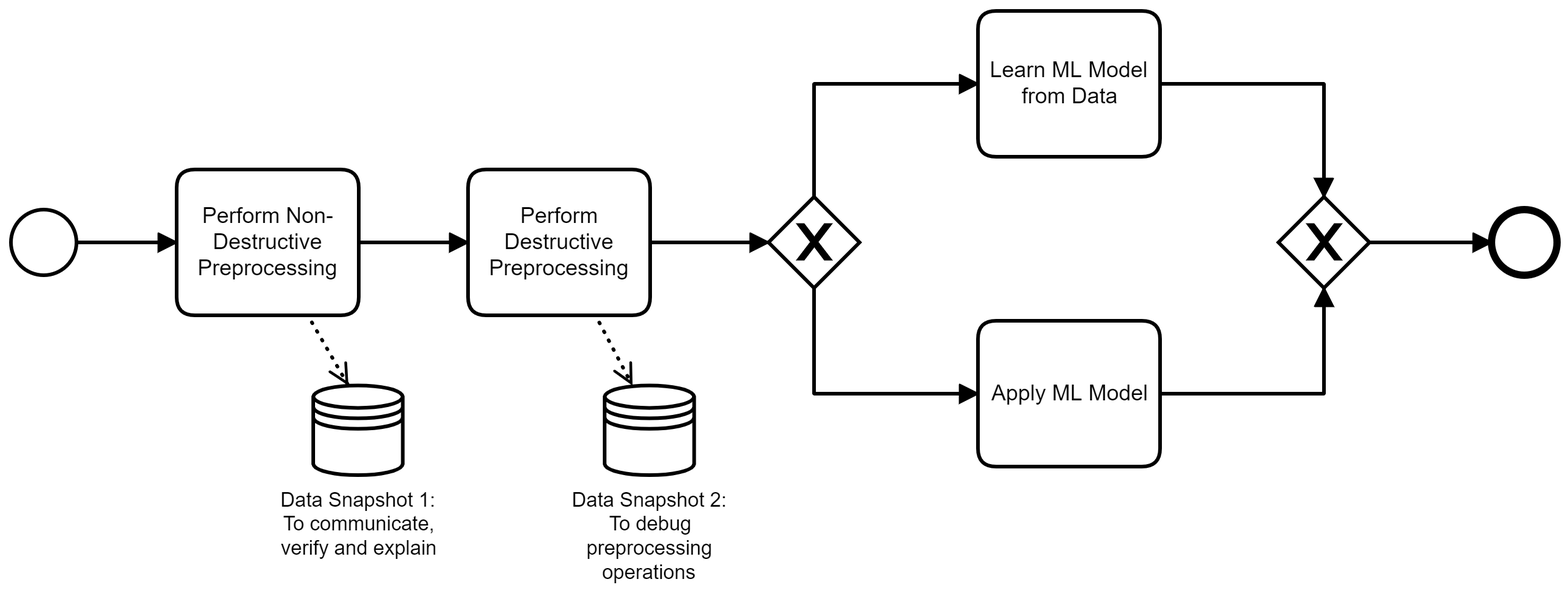
Before: models/increasing_levels_of_destruction.png, a diagram exported from BPMN (viadee/bpmn.ai-patterns). Its source is kept beside it as models/increasing_levels_of_destruction.bpmn. Ids are renumbered. Source of this version:
```xml
<bpmn:definitions xmlns:bpmn="http://www.omg.org/spec/BPMN/20100524/MODEL" xmlns:bpmndi="http://www.omg.org/spec/BPMN/20100524/DI" xmlns:dc="http://www.omg.org/spec/DD/20100524/DC" xmlns:di="http://www.omg.org/spec/DD/20100524/DI" xmlns:modeler="http://camunda.org/schema/modeler/1.0" id="Definitions_n1" targetNamespace="http://bpmn.io/schema/bpmn" exporter="Camunda Modeler" exporterVersion="4.9.0" modeler:executionPlatform="Camunda Platform" modeler:executionPlatformVersion="7.15.0">
  <bpmn:process id="Process_n2" isExecutable="true">
    <bpmn:startEvent id="StartEvent_1">
      <bpmn:outgoing>Flow_n3</bpmn:outgoing>
    </bpmn:startEvent>
    <bpmn:task id="Activity_n4" name="Perform Non-Destructive Preprocessing">
      <bpmn:incoming>Flow_n3</bpmn:incoming>
      <bpmn:outgoing>Flow_n5</bpmn:outgoing>
      <bpmn:dataOutputAssociation id="DataOutputAssociation_n6">
        <bpmn:targetRef>DataStoreReference_n7</bpmn:targetRef>
      </bpmn:dataOutputAssociation>
    </bpmn:task>
    <bpmn:sequenceFlow id="Flow_n3" sourceRef="StartEvent_1" targetRef="Activity_n4" />
    <bpmn:task id="Activity_n8" name="Perform Destructive Preprocessing">
      <bpmn:incoming>Flow_n5</bpmn:incoming>
      <bpmn:outgoing>Flow_n9</bpmn:outgoing>
      <bpmn:dataOutputAssociation id="DataOutputAssociation_n10">
        <bpmn:targetRef>DataStoreReference_n11</bpmn:targetRef>
      </bpmn:dataOutputAssociation>
    </bpmn:task>
    <bpmn:sequenceFlow id="Flow_n5" sourceRef="Activity_n4" targetRef="Activity_n8" />
    <bpmn:exclusiveGateway id="Gateway_n12">
      <bpmn:incoming>Flow_n9</bpmn:incoming>
      <bpmn:outgoing>Flow_n13</bpmn:outgoing>
      <bpmn:outgoing>Flow_n14</bpmn:outgoing>
    </bpmn:exclusiveGateway>
    <bpmn:sequenceFlow id="Flow_n9" sourceRef="Activity_n8" targetRef="Gateway_n12" />
    <bpmn:task id="Activity_n15" name="Learn ML Model from Data">
      <bpmn:incoming>Flow_n13</bpmn:incoming>
      <bpmn:outgoing>Flow_n16</bpmn:outgoing>
    </bpmn:task>
    <bpmn:sequenceFlow id="Flow_n13" sourceRef="Gateway_n12" targetRef="Activity_n15" />
    <bpmn:task id="Activity_n17" name="Apply ML Model">
      <bpmn:incoming>Flow_n14</bpmn:incoming>
      <bpmn:outgoing>Flow_n18</bpmn:outgoing>
    </bpmn:task>
    <bpmn:sequenceFlow id="Flow_n14" sourceRef="Gateway_n12" targetRef="Activity_n17" />
    <bpmn:exclusiveGateway id="Gateway_n19">
      <bpmn:incoming>Flow_n16</bpmn:incoming>
      <bpmn:incoming>Flow_n18</bpmn:incoming>
      <bpmn:outgoing>Flow_n20</bpmn:outgoing>
    </bpmn:exclusiveGateway>
    <bpmn:sequenceFlow id="Flow_n16" sourceRef="Activity_n15" targetRef="Gateway_n19" />
    <bpmn:sequenceFlow id="Flow_n18" sourceRef="Activity_n17" targetRef="Gateway_n19" />
    <bpmn:endEvent id="Event_n21">
      <bpmn:incoming>Flow_n20</bpmn:incoming>
    </bpmn:endEvent>
    <bpmn:sequenceFlow id="Flow_n20" sourceRef="Gateway_n19" targetRef="Event_n21" />
    <bpmn:dataStoreReference id="DataStoreReference_n7" name="Data Snapshot 1: To communicate, verify and explain" />
    <bpmn:dataStoreReference id="DataStoreReference_n11" name="Data Snapshot 2:&#10;To debug preprocessing operations" />
  </bpmn:process>
  <bpmndi:BPMNDiagram id="BPMNDiagram_1">
    <bpmndi:BPMNPlane id="BPMNPlane_1" bpmnElement="Process_n2">
      <bpmndi:BPMNEdge id="Flow_n3_di" bpmnElement="Flow_n3">
        <di:waypoint x="215" y="177" />
        <di:waypoint x="270" y="177" />
      </bpmndi:BPMNEdge>
      <bpmndi:BPMNEdge id="Flow_n5_di" bpmnElement="Flow_n5">
        <di:waypoint x="370" y="177" />
        <di:waypoint x="430" y="177" />
      </bpmndi:BPMNEdge>
      <bpmndi:BPMNEdge id="Flow_n9_di" bpmnElement="Flow_n9">
        <di:waypoint x="530" y="177" />
        <di:waypoint x="595" y="177" />
      </bpmndi:BPMNEdge>
      <bpmndi:BPMNEdge id="Flow_n13_di" bpmnElement="Flow_n13">
        <di:waypoint x="620" y="152" />
        <di:waypoint x="620" y="90" />
        <di:waypoint x="710" y="90" />
      </bpmndi:BPMNEdge>
      <bpmndi:BPMNEdge id="Flow_n14_di" bpmnElement="Flow_n14">
        <di:waypoint x="620" y="202" />
        <di:waypoint x="620" y="260" />
        <di:waypoint x="710" y="260" />
      </bpmndi:BPMNEdge>
      <bpmndi:BPMNEdge id="Flow_n16_di" bpmnElement="Flow_n16">
        <di:waypoint x="810" y="90" />
        <di:waypoint x="900" y="90" />
        <di:waypoint x="900" y="152" />
      </bpmndi:BPMNEdge>
      <bpmndi:BPMNEdge id="Flow_n18_di" bpmnElement="Flow_n18">
        <di:waypoint x="810" y="260" />
        <di:waypoint x="900" y="260" />
        <di:waypoint x="900" y="202" />
      </bpmndi:BPMNEdge>
      <bpmndi:BPMNEdge id="Flow_n20_di" bpmnElement="Flow_n20">
        <di:waypoint x="925" y="177" />
        <di:waypoint x="992" y="177" />
      </bpmndi:BPMNEdge>
      <bpmndi:BPMNShape id="_BPMNShape_StartEvent_2" bpmnElement="StartEvent_1">
        <dc:Bounds x="179" y="159" width="36" height="36" />
      </bpmndi:BPMNShape>
      <bpmndi:BPMNShape id="Activity_n4_di" bpmnElement="Activity_n4">
        <dc:Bounds x="270" y="137" width="100" height="80" />
      </bpmndi:BPMNShape>
      <bpmndi:BPMNShape id="Activity_n8_di" bpmnElement="Activity_n8">
        <dc:Bounds x="430" y="137" width="100" height="80" />
      </bpmndi:BPMNShape>
      <bpmndi:BPMNShape id="Gateway_n12_di" bpmnElement="Gateway_n12" isMarkerVisible="true">
        <dc:Bounds x="595" y="152" width="50" height="50" />
      </bpmndi:BPMNShape>
      <bpmndi:BPMNShape id="Gateway_n19_di" bpmnElement="Gateway_n19" isMarkerVisible="true">
        <dc:Bounds x="875" y="152" width="50" height="50" />
      </bpmndi:BPMNShape>
      <bpmndi:BPMNShape id="Event_n21_di" bpmnElement="Event_n21">
        <dc:Bounds x="992" y="159" width="36" height="36" />
      </bpmndi:BPMNShape>
      <bpmndi:BPMNShape id="Activity_n15_di" bpmnElement="Activity_n15">
        <dc:Bounds x="710" y="50" width="100" height="80" />
      </bpmndi:BPMNShape>
      <bpmndi:BPMNShape id="Activity_n17_di" bpmnElement="Activity_n17">
        <dc:Bounds x="710" y="220" width="100" height="80" />
      </bpmndi:BPMNShape>
      <bpmndi:BPMNShape id="DataStoreReference_n7_di" bpmnElement="DataStoreReference_n7">
        <dc:Bounds x="345" y="255" width="50" height="50" />
        <bpmndi:BPMNLabel>
          <dc:Bounds x="327" y="312" width="86" height="40" />
        </bpmndi:BPMNLabel>
      </bpmndi:BPMNShape>
      <bpmndi:BPMNShape id="DataStoreReference_n11_di" bpmnElement="DataStoreReference_n11">
        <dc:Bounds x="505" y="255" width="50" height="50" />
        <bpmndi:BPMNLabel>
          <dc:Bounds x="487" y="312" width="86" height="53" />
        </bpmndi:BPMNLabel>
      </bpmndi:BPMNShape>
      <bpmndi:BPMNEdge id="DataOutputAssociation_n6_di" bpmnElement="DataOutputAssociation_n6">
        <di:waypoint x="342" y="217" />
        <di:waypoint x="364" y="255" />
      </bpmndi:BPMNEdge>
      <bpmndi:BPMNEdge id="DataOutputAssociation_n10_di" bpmnElement="DataOutputAssociation_n10">
        <di:waypoint x="500" y="217" />
        <di:waypoint x="520" y="255" />
      </bpmndi:BPMNEdge>
    </bpmndi:BPMNPlane>
  </bpmndi:BPMNDiagram>
</bpmn:definitions>
```
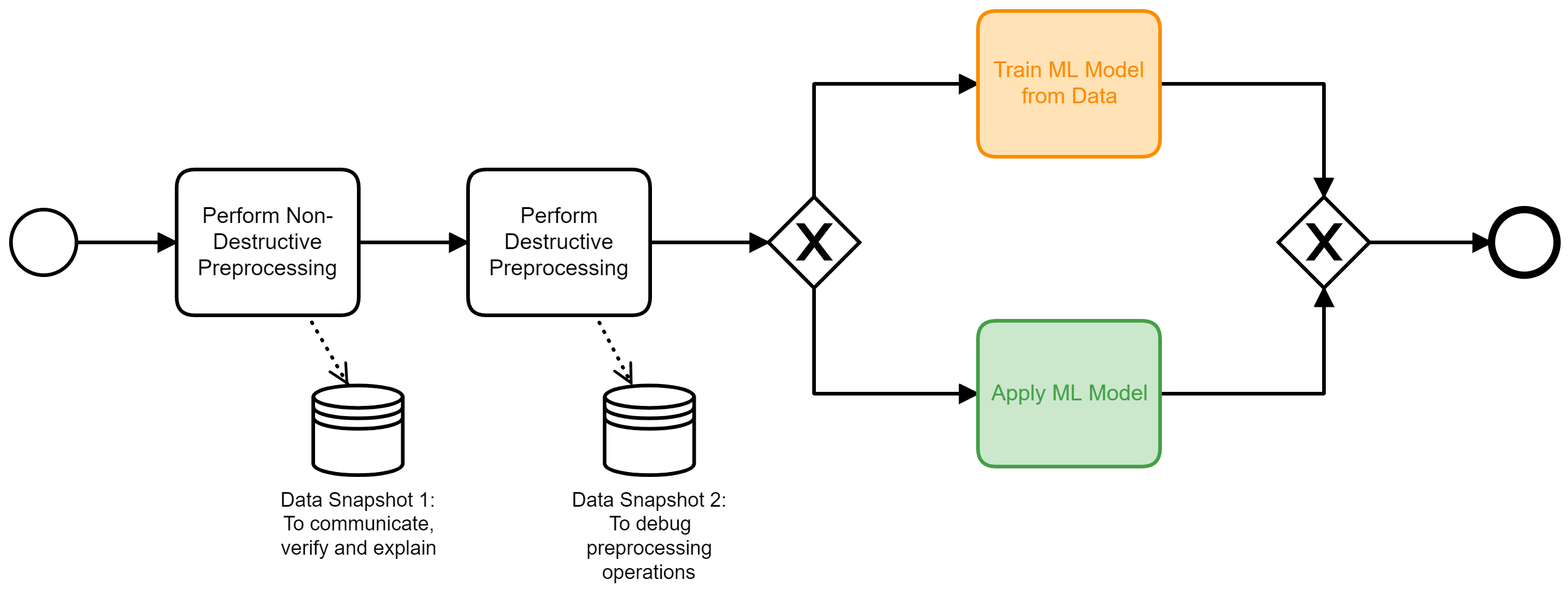
Above is the later version.

The edit, as a diff of the source:
```diff
@@ -1,4 +1,4 @@
-<bpmn:definitions xmlns:bpmn="http://www.omg.org/spec/BPMN/20100524/MODEL" xmlns:bpmndi="http://www.omg.org/spec/BPMN/20100524/DI" xmlns:dc="http://www.omg.org/spec/DD/20100524/DC" xmlns:di="http://www.omg.org/spec/DD/20100524/DI" xmlns:modeler="http://camunda.org/schema/modeler/1.0" id="Definitions_n1" targetNamespace="http://bpmn.io/schema/bpmn" exporter="Camunda Modeler" exporterVersion="4.9.0" modeler:executionPlatform="Camunda Platform" modeler:executionPlatformVersion="7.15.0">
+<bpmn:definitions xmlns:bpmn="http://www.omg.org/spec/BPMN/20100524/MODEL" xmlns:bpmndi="http://www.omg.org/spec/BPMN/20100524/DI" xmlns:dc="http://www.omg.org/spec/DD/20100524/DC" xmlns:di="http://www.omg.org/spec/DD/20100524/DI" xmlns:bioc="http://bpmn.io/schema/bpmn/biocolor/1.0" xmlns:color="http://www.omg.org/spec/BPMN/non-normative/color/1.0" xmlns:modeler="http://camunda.org/schema/modeler/1.0" id="Definitions_n1" targetNamespace="http://bpmn.io/schema/bpmn" exporter="Camunda Modeler" exporterVersion="4.9.0" modeler:executionPlatform="Camunda Platform" modeler:executionPlatformVersion="7.15.0">
   <bpmn:process id="Process_n2" isExecutable="true">
     <bpmn:startEvent id="StartEvent_1">
       <bpmn:outgoing>Flow_n3</bpmn:outgoing>
@@ -25,7 +25,7 @@
       <bpmn:outgoing>Flow_n14</bpmn:outgoing>
     </bpmn:exclusiveGateway>
     <bpmn:sequenceFlow id="Flow_n9" sourceRef="Activity_n8" targetRef="Gateway_n12" />
-    <bpmn:task id="Activity_n15" name="Learn ML Model from Data">
+    <bpmn:task id="Activity_n15" name="Train ML Model from Data">
       <bpmn:incoming>Flow_n13</bpmn:incoming>
       <bpmn:outgoing>Flow_n16</bpmn:outgoing>
     </bpmn:task>
@@ -51,41 +51,41 @@
   </bpmn:process>
   <bpmndi:BPMNDiagram id="BPMNDiagram_1">
     <bpmndi:BPMNPlane id="BPMNPlane_1" bpmnElement="Process_n2">
-      <bpmndi:BPMNEdge id="Flow_n3_di" bpmnElement="Flow_n3">
-        <di:waypoint x="215" y="177" />
-        <di:waypoint x="270" y="177" />
+      <bpmndi:BPMNEdge id="Flow_n20_di" bpmnElement="Flow_n20">
+        <di:waypoint x="925" y="177" />
+        <di:waypoint x="992" y="177" />
       </bpmndi:BPMNEdge>
-      <bpmndi:BPMNEdge id="Flow_n5_di" bpmnElement="Flow_n5">
-        <di:waypoint x="370" y="177" />
-        <di:waypoint x="430" y="177" />
+      <bpmndi:BPMNEdge id="Flow_n18_di" bpmnElement="Flow_n18">
+        <di:waypoint x="810" y="260" />
+        <di:waypoint x="900" y="260" />
+        <di:waypoint x="900" y="202" />
       </bpmndi:BPMNEdge>
-      <bpmndi:BPMNEdge id="Flow_n9_di" bpmnElement="Flow_n9">
-        <di:waypoint x="530" y="177" />
-        <di:waypoint x="595" y="177" />
+      <bpmndi:BPMNEdge id="Flow_n16_di" bpmnElement="Flow_n16">
+        <di:waypoint x="810" y="90" />
+        <di:waypoint x="900" y="90" />
+        <di:waypoint x="900" y="152" />
+      </bpmndi:BPMNEdge>
+      <bpmndi:BPMNEdge id="Flow_n14_di" bpmnElement="Flow_n14">
+        <di:waypoint x="620" y="202" />
+        <di:waypoint x="620" y="260" />
+        <di:waypoint x="710" y="260" />
       </bpmndi:BPMNEdge>
       <bpmndi:BPMNEdge id="Flow_n13_di" bpmnElement="Flow_n13">
         <di:waypoint x="620" y="152" />
         <di:waypoint x="620" y="90" />
         <di:waypoint x="710" y="90" />
       </bpmndi:BPMNEdge>
-      <bpmndi:BPMNEdge id="Flow_n14_di" bpmnElement="Flow_n14">
-        <di:waypoint x="620" y="202" />
-        <di:waypoint x="620" y="260" />
-        <di:waypoint x="710" y="260" />
+      <bpmndi:BPMNEdge id="Flow_n9_di" bpmnElement="Flow_n9">
+        <di:waypoint x="530" y="177" />
+        <di:waypoint x="595" y="177" />
       </bpmndi:BPMNEdge>
-      <bpmndi:BPMNEdge id="Flow_n16_di" bpmnElement="Flow_n16">
-        <di:waypoint x="810" y="90" />
-        <di:waypoint x="900" y="90" />
-        <di:waypoint x="900" y="152" />
+      <bpmndi:BPMNEdge id="Flow_n5_di" bpmnElement="Flow_n5">
+        <di:waypoint x="370" y="177" />
+        <di:waypoint x="430" y="177" />
       </bpmndi:BPMNEdge>
-      <bpmndi:BPMNEdge id="Flow_n18_di" bpmnElement="Flow_n18">
-        <di:waypoint x="810" y="260" />
-        <di:waypoint x="900" y="260" />
-        <di:waypoint x="900" y="202" />
-      </bpmndi:BPMNEdge>
-      <bpmndi:BPMNEdge id="Flow_n20_di" bpmnElement="Flow_n20">
-        <di:waypoint x="925" y="177" />
-        <di:waypoint x="992" y="177" />
+      <bpmndi:BPMNEdge id="Flow_n3_di" bpmnElement="Flow_n3">
+        <di:waypoint x="215" y="177" />
+        <di:waypoint x="270" y="177" />
       </bpmndi:BPMNEdge>
       <bpmndi:BPMNShape id="_BPMNShape_StartEvent_2" bpmnElement="StartEvent_1">
         <dc:Bounds x="179" y="159" width="36" height="36" />
@@ -99,17 +99,17 @@
       <bpmndi:BPMNShape id="Gateway_n12_di" bpmnElement="Gateway_n12" isMarkerVisible="true">
         <dc:Bounds x="595" y="152" width="50" height="50" />
       </bpmndi:BPMNShape>
+      <bpmndi:BPMNShape id="Activity_n15_di" bpmnElement="Activity_n15" bioc:stroke="#fb8c00" bioc:fill="#ffe0b2" color:background-color="#ffe0b2" color:border-color="#fb8c00">
+        <dc:Bounds x="710" y="50" width="100" height="80" />
+      </bpmndi:BPMNShape>
+      <bpmndi:BPMNShape id="Activity_n17_di" bpmnElement="Activity_n17" bioc:stroke="#43a047" bioc:fill="#c8e6c9" color:background-color="#c8e6c9" color:border-color="#43a047">
+        <dc:Bounds x="710" y="220" width="100" height="80" />
+      </bpmndi:BPMNShape>
       <bpmndi:BPMNShape id="Gateway_n19_di" bpmnElement="Gateway_n19" isMarkerVisible="true">
         <dc:Bounds x="875" y="152" width="50" height="50" />
       </bpmndi:BPMNShape>
       <bpmndi:BPMNShape id="Event_n21_di" bpmnElement="Event_n21">
         <dc:Bounds x="992" y="159" width="36" height="36" />
-      </bpmndi:BPMNShape>
-      <bpmndi:BPMNShape id="Activity_n15_di" bpmnElement="Activity_n15">
-        <dc:Bounds x="710" y="50" width="100" height="80" />
-      </bpmndi:BPMNShape>
-      <bpmndi:BPMNShape id="Activity_n17_di" bpmnElement="Activity_n17">
-        <dc:Bounds x="710" y="220" width="100" height="80" />
       </bpmndi:BPMNShape>
       <bpmndi:BPMNShape id="DataStoreReference_n7_di" bpmnElement="DataStoreReference_n7">
         <dc:Bounds x="345" y="255" width="50" height="50" />
```
